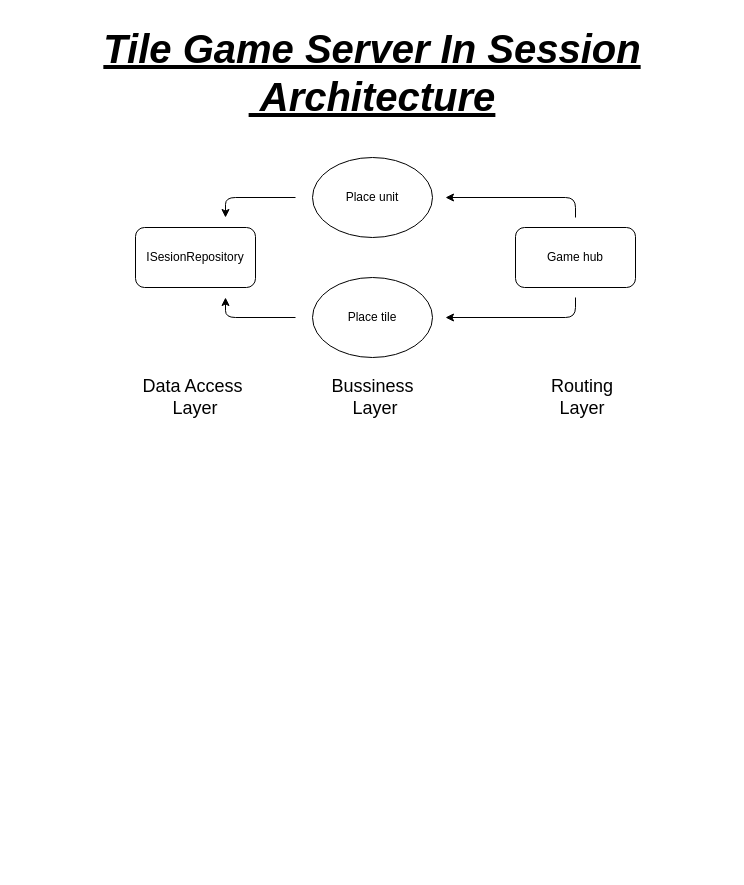
Earlier version of the draw.io diagram Diagrams/TileGameServerInSession.drawio (the-coolest-developers/TileGame-Core). Source tidied: cells renumbered, new cells numbered last; positions are measured from the earlier drawing's top-left corner, leaving out a move shared by most shapes. Both pictures are drawn from the tidied source at 100%, with x=0, y=0 at pixel (17, 17).
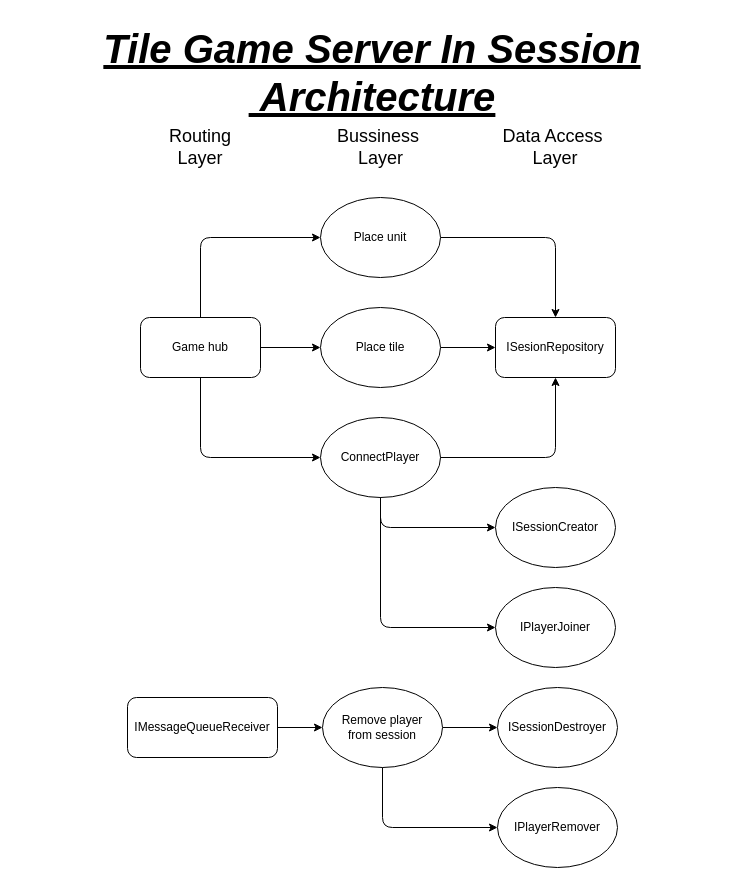
After the change.

Commit message:
Updated tile game microservices diagram

Change to the diagram source:
```diff
@@
     <mxCell id="2" value="ISesionRepository" style="rounded=1;whiteSpace=wrap;html=1;" parent="1" vertex="1">
-      <mxGeometry x="118" y="210" width="120" height="60" as="geometry" />
+      <mxGeometry x="478" y="300" width="120" height="60" as="geometry" />
     </mxCell>
+    <mxCell id="14" style="edgeStyle=orthogonalEdgeStyle;rounded=0;jettySize=auto;html=1;" parent="1" edge="1" source="3" target="10">
+      <mxGeometry relative="1" as="geometry" />
+    </mxCell>
     <mxCell id="3" value="Game hub" style="rounded=1;whiteSpace=wrap;html=1;" parent="1" vertex="1">
-      <mxGeometry x="498" y="210" width="120" height="60" as="geometry" />
+      <mxGeometry x="123" y="300" width="120" height="60" as="geometry" />
     </mxCell>
-    <mxCell id="4" style="endArrow=classic;html=1;shadow=0;align=center;edgeStyle=elbowEdgeStyle;" parent="1" edge="1">
+    <mxCell id="4" style="endArrow=classic;html=1;shadow=0;align=center;edgeStyle=elbowEdgeStyle;exitX=0.5;exitY=0;exitDx=0;exitDy=0;entryX=0;entryY=0.5;entryDx=0;entryDy=0;" parent="1" edge="1" source="3" target="9">
       <mxGeometry relative="1" as="geometry">
-        <mxPoint x="558" y="200" as="sourcePoint" />
-        <mxPoint x="428" y="180" as="targetPoint" />
         <Array as="points">
-          <mxPoint x="558" y="180" />
+          <mxPoint x="183" y="280" />
         </Array>
       </mxGeometry>
     </mxCell>
@@
-    <mxCell id="6" style="endArrow=classic;html=1;shadow=0;align=center;edgeStyle=elbowEdgeStyle;" parent="1" edge="1">
-      <mxGeometry relative="1" as="geometry">
-        <mxPoint x="558" y="280" as="sourcePoint" />
-        <mxPoint x="428" y="300" as="targetPoint" />
-        <Array as="points">
-          <mxPoint x="558" y="290" />
-        </Array>
-      </mxGeometry>
-    </mxCell>
-    <mxCell id="7" style="endArrow=classic;html=1;shadow=0;fontSize=12;align=center;" parent="1" edge="1">
-      <mxGeometry relative="1" as="geometry">
-        <mxPoint x="278" y="300" as="sourcePoint" />
-        <mxPoint x="208" y="280" as="targetPoint" />
-        <Array as="points">
-          <mxPoint x="208" y="300" />
-        </Array>
-      </mxGeometry>
-    </mxCell>
-    <mxCell id="8" style="endArrow=classic;html=1;shadow=0;fontSize=12;align=center;" parent="1" edge="1">
+    <mxCell id="8" style="endArrow=classic;html=1;shadow=0;fontSize=12;align=center;exitX=1;exitY=0.5;exitDx=0;exitDy=0;entryX=0.5;entryY=0;entryDx=0;entryDy=0;" parent="1" edge="1" source="9" target="2">
       <mxGeometry relative="1" as="geometry">
-        <mxPoint x="278" y="180" as="sourcePoint" />
-        <mxPoint x="208" y="200" as="targetPoint" />
         <Array as="points">
-          <mxPoint x="208" y="180" />
+          <mxPoint x="538" y="220" />
         </Array>
       </mxGeometry>
     </mxCell>
     <mxCell id="9" value="Place unit" style="ellipse;whiteSpace=wrap;html=1;fontSize=12;align=center;verticalAlign=middle;" parent="1" vertex="1">
-      <mxGeometry x="295" y="140" width="120" height="80" as="geometry" />
+      <mxGeometry x="303" y="180" width="120" height="80" as="geometry" />
     </mxCell>
+    <mxCell id="15" style="edgeStyle=orthogonalEdgeStyle;rounded=0;jettySize=auto;html=1;" parent="1" edge="1" source="10" target="2">
+      <mxGeometry relative="1" as="geometry" />
+    </mxCell>
     <mxCell id="10" value="Place tile" style="ellipse;whiteSpace=wrap;html=1;fontSize=12;align=center;verticalAlign=middle;" parent="1" vertex="1">
-      <mxGeometry x="295" y="260" width="120" height="80" as="geometry" />
+      <mxGeometry x="303" y="290" width="120" height="80" as="geometry" />
     </mxCell>
     <mxCell id="11" value="&lt;font style=&quot;font-size: 18px&quot;&gt;Data Access&amp;nbsp;&lt;br&gt;Layer&lt;/font&gt;" style="text;html=1;strokeColor=none;fillColor=none;align=center;verticalAlign=middle;whiteSpace=wrap;rounded=0;" parent="1" vertex="1">
-      <mxGeometry x="118" y="370" width="120" height="20" as="geometry" />
+      <mxGeometry x="478" y="120" width="120" height="20" as="geometry" />
     </mxCell>
     <mxCell id="12" value="&lt;font style=&quot;font-size: 18px&quot;&gt;Bussiness&amp;nbsp;&lt;br&gt;Layer&lt;/font&gt;" style="text;html=1;strokeColor=none;fillColor=none;align=center;verticalAlign=middle;whiteSpace=wrap;rounded=0;" parent="1" vertex="1">
-      <mxGeometry x="298" y="370" width="120" height="20" as="geometry" />
+      <mxGeometry x="300.5" y="120" width="125" height="20" as="geometry" />
     </mxCell>
     <mxCell id="13" value="&lt;font style=&quot;font-size: 18px&quot;&gt;Routing&lt;br&gt;Layer&lt;/font&gt;" style="text;html=1;strokeColor=none;fillColor=none;align=center;verticalAlign=middle;whiteSpace=wrap;rounded=0;" parent="1" vertex="1">
-      <mxGeometry x="505" y="370" width="120" height="20" as="geometry" />
+      <mxGeometry x="123" y="120" width="120" height="20" as="geometry" />
     </mxCell>
+    <mxCell id="16" style="edgeStyle=orthogonalEdgeStyle;rounded=0;jettySize=auto;html=1;" parent="1" edge="1" source="17" target="19">
+      <mxGeometry relative="1" as="geometry" />
+    </mxCell>
+    <mxCell id="17" value="IMessageQueueReceiver" style="rounded=1;whiteSpace=wrap;html=1;" parent="1" vertex="1">
+      <mxGeometry x="110" y="680" width="150" height="60" as="geometry" />
+    </mxCell>
+    <mxCell id="18" style="edgeStyle=orthogonalEdgeStyle;rounded=0;jettySize=auto;html=1;" parent="1" edge="1" source="19" target="20">
+      <mxGeometry relative="1" as="geometry" />
+    </mxCell>
+    <mxCell id="19" value="Remove player &lt;br&gt;from session" style="ellipse;whiteSpace=wrap;html=1;fontSize=12;align=center;verticalAlign=middle;" parent="1" vertex="1">
+      <mxGeometry x="305" y="670" width="120" height="80" as="geometry" />
+    </mxCell>
+    <mxCell id="20" value="ISessionDestroyer" style="ellipse;whiteSpace=wrap;html=1;fontSize=12;align=center;verticalAlign=middle;" parent="1" vertex="1">
+      <mxGeometry x="480" y="670" width="120" height="80" as="geometry" />
+    </mxCell>
+    <mxCell id="21" value="ConnectPlayer" style="ellipse;whiteSpace=wrap;html=1;fontSize=12;align=center;verticalAlign=middle;" parent="1" vertex="1">
+      <mxGeometry x="303" y="400" width="120" height="80" as="geometry" />
+    </mxCell>
+    <mxCell id="22" style="endArrow=classic;html=1;shadow=0;align=center;edgeStyle=elbowEdgeStyle;exitX=0.5;exitY=1;exitDx=0;exitDy=0;entryX=0;entryY=0.5;entryDx=0;entryDy=0;" parent="1" edge="1" source="3" target="21">
+      <mxGeometry relative="1" as="geometry">
+        <Array as="points">
+          <mxPoint x="183" y="390" />
+          <mxPoint x="153" y="420" />
+          <mxPoint x="183" y="490" />
+        </Array>
+      </mxGeometry>
+    </mxCell>
+    <mxCell id="23" style="endArrow=classic;html=1;shadow=0;fontSize=12;align=center;exitX=1;exitY=0.5;exitDx=0;exitDy=0;entryX=0.5;entryY=1;entryDx=0;entryDy=0;" parent="1" edge="1" source="21" target="2">
+      <mxGeometry relative="1" as="geometry">
+        <Array as="points">
+          <mxPoint x="538" y="440" />
+        </Array>
+      </mxGeometry>
+    </mxCell>
+    <mxCell id="24" style="endArrow=classic;html=1;shadow=0;align=center;edgeStyle=elbowEdgeStyle;exitX=0.5;exitY=1;exitDx=0;exitDy=0;entryX=0;entryY=0.5;entryDx=0;entryDy=0;" parent="1" edge="1" source="21" target="25">
+      <mxGeometry relative="1" as="geometry">
+        <Array as="points">
+          <mxPoint x="363" y="530" />
+          <mxPoint x="368" y="540" />
+          <mxPoint x="328" y="570" />
+          <mxPoint x="358" y="640" />
+        </Array>
+      </mxGeometry>
+    </mxCell>
+    <mxCell id="25" value="ISessionCreator" style="ellipse;whiteSpace=wrap;html=1;fontSize=12;align=center;verticalAlign=middle;" parent="1" vertex="1">
+      <mxGeometry x="478" y="470" width="120" height="80" as="geometry" />
+    </mxCell>
+    <mxCell id="26" style="endArrow=classic;html=1;shadow=0;align=center;edgeStyle=elbowEdgeStyle;exitX=0.5;exitY=1;exitDx=0;exitDy=0;entryX=0;entryY=0.5;entryDx=0;entryDy=0;" parent="1" edge="1" source="19" target="27">
+      <mxGeometry relative="1" as="geometry">
+        <Array as="points">
+          <mxPoint x="365" y="770" />
+          <mxPoint x="365" y="820" />
+          <mxPoint x="325" y="850" />
+          <mxPoint x="355" y="920" />
+        </Array>
+      </mxGeometry>
+    </mxCell>
+    <mxCell id="27" value="IPlayerRemover" style="ellipse;whiteSpace=wrap;html=1;fontSize=12;align=center;verticalAlign=middle;" parent="1" vertex="1">
+      <mxGeometry x="480" y="770" width="120" height="80" as="geometry" />
+    </mxCell>
+    <mxCell id="28" style="endArrow=classic;html=1;shadow=0;align=center;edgeStyle=elbowEdgeStyle;exitX=0.5;exitY=1;exitDx=0;exitDy=0;entryX=0;entryY=0.5;entryDx=0;entryDy=0;" parent="1" edge="1" source="21" target="29">
+      <mxGeometry relative="1" as="geometry">
+        <Array as="points">
+          <mxPoint x="363" y="620" />
+          <mxPoint x="368" y="630" />
+          <mxPoint x="328" y="660" />
+          <mxPoint x="358" y="730" />
+        </Array>
+      </mxGeometry>
+    </mxCell>
+    <mxCell id="29" value="IPlayerJoiner" style="ellipse;whiteSpace=wrap;html=1;fontSize=12;align=center;verticalAlign=middle;" parent="1" vertex="1">
+      <mxGeometry x="478" y="570" width="120" height="80" as="geometry" />
+    </mxCell>
```
